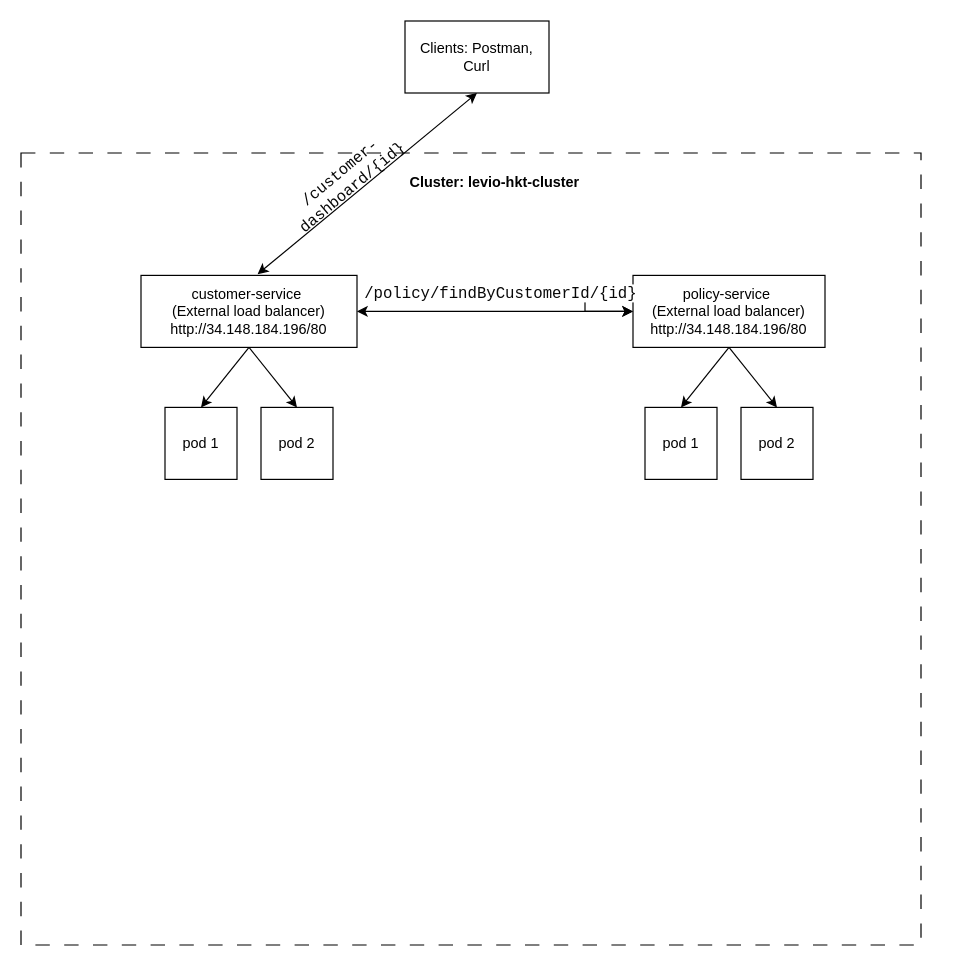
Above: Untitled Diagram.drawio in jermolova/light4jstudy (draw.io), before the change. Source tidied: cells renumbered, new cells numbered last; positions are measured from the earlier drawing's top-left corner, leaving out a move shared by most shapes. Both pictures are drawn from the tidied source at 120%, with x=0, y=0 at pixel (20, 20).
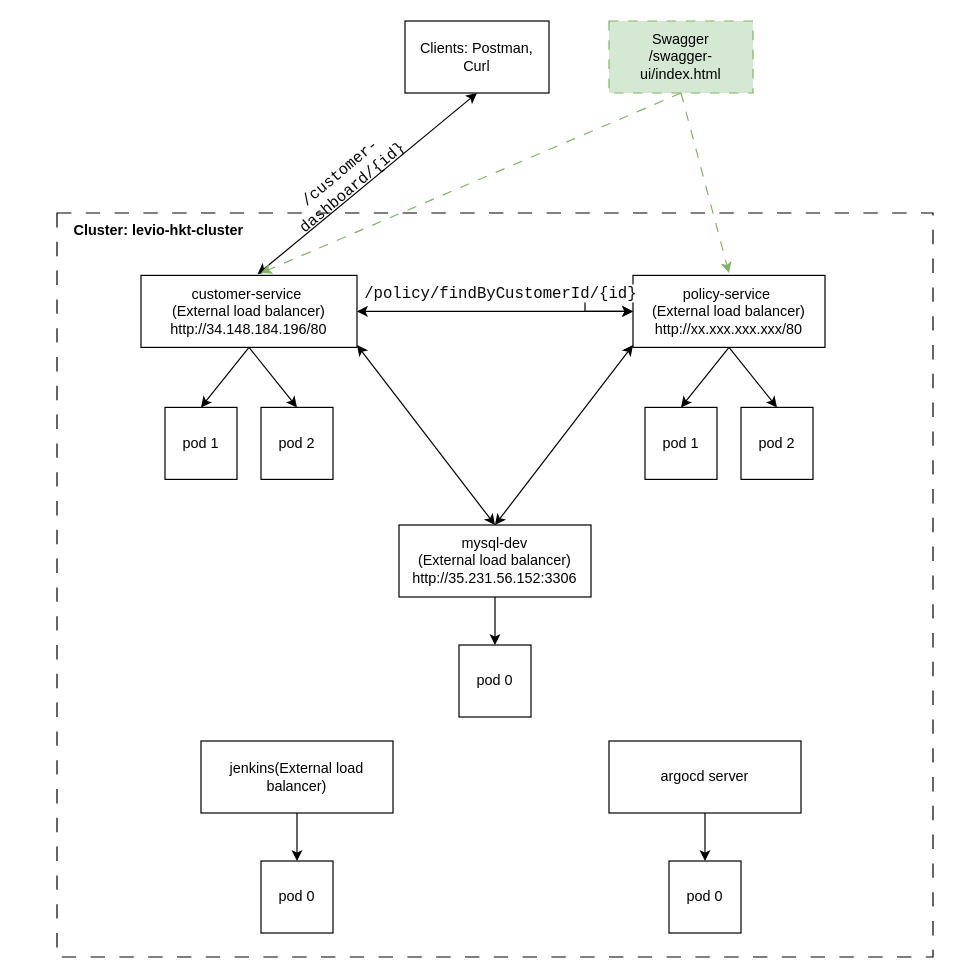
The same page after the edit.

Change to the diagram source:
```diff
@@
-    <mxCell id="5" value="policy-service&amp;nbsp;&lt;br style=&quot;border-color: var(--border-color);&quot;&gt;(External load balancer)&lt;br style=&quot;border-color: var(--border-color);&quot;&gt;http://34.148.184.196/80" style="rounded=0;whiteSpace=wrap;html=1;" parent="1" vertex="1">
+    <mxCell id="5" value="policy-service&amp;nbsp;&lt;br style=&quot;border-color: var(--border-color);&quot;&gt;(External load balancer)&lt;br style=&quot;border-color: var(--border-color);&quot;&gt;http://xx.xxx.xxx.xxx/80" style="rounded=0;whiteSpace=wrap;html=1;" parent="1" vertex="1">
       <mxGeometry x="510" y="212" width="160" height="60" as="geometry" />
     </mxCell>
@@
     <mxCell id="15" value="Cluster:&amp;nbsp;levio-hkt-cluster" style="text;strokeColor=none;align=center;fillColor=none;html=1;verticalAlign=middle;whiteSpace=wrap;rounded=0;fontStyle=1;" parent="1" vertex="1">
-      <mxGeometry x="300" y="120" width="190" height="30" as="geometry" />
+      <mxGeometry x="20" y="160" width="190" height="30" as="geometry" />
     </mxCell>
@@
-    <mxCell id="19" style="verticalLabelPosition=bottom;verticalAlign=top;html=1;shape=mxgraph.basic.rect;fillColor2=none;strokeWidth=1;size=20;indent=5;fillColor=none;dashed=1;dashPattern=12 12;" parent="1" vertex="1">
-      <mxGeometry y="110" width="750" height="660" as="geometry" />
-    </mxCell>
+    <mxCell id="20" value="mysql-dev&lt;br style=&quot;border-color: var(--border-color);&quot;&gt;(External load balancer)&lt;br style=&quot;border-color: var(--border-color);&quot;&gt;http://35.231.56.152:3306" style="rounded=0;whiteSpace=wrap;html=1;" parent="1" vertex="1">
+      <mxGeometry x="315" y="420" width="160" height="60" as="geometry" />
+    </mxCell>
+    <mxCell id="21" value="pod 0" style="rounded=0;whiteSpace=wrap;html=1;" parent="1" vertex="1">
+      <mxGeometry x="365" y="520" width="60" height="60" as="geometry" />
+    </mxCell>
+    <mxCell id="22" style="endArrow=classic;html=1;rounded=0;entryX=0.5;entryY=0;entryDx=0;entryDy=0;" parent="1" edge="1" target="21">
+      <mxGeometry relative="1" as="geometry">
+        <mxPoint x="395" y="480" as="sourcePoint" />
+      </mxGeometry>
+    </mxCell>
+    <mxCell id="23" style="endArrow=classic;startArrow=classic;html=1;rounded=0;exitX=0.5;exitY=0;exitDx=0;exitDy=0;" parent="1" edge="1" source="20">
+      <mxGeometry relative="1" as="geometry">
+        <mxPoint x="280" y="270" as="targetPoint" />
+      </mxGeometry>
+    </mxCell>
+    <mxCell id="24" style="endArrow=classic;startArrow=classic;html=1;rounded=0;exitX=0.5;exitY=0;exitDx=0;exitDy=0;" parent="1" edge="1" source="20">
+      <mxGeometry relative="1" as="geometry">
+        <mxPoint x="510" y="270" as="targetPoint" />
+      </mxGeometry>
+    </mxCell>
+    <mxCell id="25" value="jenkins(External load balancer)&lt;br style=&quot;border-color: var(--border-color);&quot;&gt;" style="rounded=0;whiteSpace=wrap;html=1;" parent="1" vertex="1">
+      <mxGeometry x="150" y="600" width="160" height="60" as="geometry" />
+    </mxCell>
+    <mxCell id="26" value="pod 0" style="rounded=0;whiteSpace=wrap;html=1;" parent="1" vertex="1">
+      <mxGeometry x="200" y="700" width="60" height="60" as="geometry" />
+    </mxCell>
+    <mxCell id="27" style="endArrow=classic;html=1;rounded=0;entryX=0.5;entryY=0;entryDx=0;entryDy=0;" parent="1" edge="1" target="26">
+      <mxGeometry relative="1" as="geometry">
+        <mxPoint x="230" y="660" as="sourcePoint" />
+      </mxGeometry>
+    </mxCell>
+    <mxCell id="28" value="argocd server" style="rounded=0;whiteSpace=wrap;html=1;" parent="1" vertex="1">
+      <mxGeometry x="490" y="600" width="160" height="60" as="geometry" />
+    </mxCell>
+    <mxCell id="29" value="pod 0" style="rounded=0;whiteSpace=wrap;html=1;" parent="1" vertex="1">
+      <mxGeometry x="540" y="700" width="60" height="60" as="geometry" />
+    </mxCell>
+    <mxCell id="30" style="endArrow=classic;html=1;rounded=0;entryX=0.5;entryY=0;entryDx=0;entryDy=0;" parent="1" edge="1" target="29">
+      <mxGeometry relative="1" as="geometry">
+        <mxPoint x="570" y="660" as="sourcePoint" />
+      </mxGeometry>
+    </mxCell>
+    <mxCell id="31" value="Swagger&lt;br&gt;/swagger-ui/index.html" style="rounded=0;whiteSpace=wrap;html=1;fillColor=#d5e8d4;strokeColor=#82b366;dashed=1;dashPattern=8 8;" parent="1" vertex="1">
+      <mxGeometry x="490" width="120" height="60" as="geometry" />
+    </mxCell>
+    <mxCell id="32" style="endArrow=classic;html=1;rounded=0;fillColor=#d5e8d4;strokeColor=#82b366;dashed=1;dashPattern=8 8;" parent="1" edge="1">
+      <mxGeometry relative="1" as="geometry">
+        <mxPoint x="550" y="60" as="sourcePoint" />
+        <mxPoint x="590" y="210" as="targetPoint" />
+      </mxGeometry>
+    </mxCell>
+    <mxCell id="33" style="endArrow=classic;html=1;rounded=0;fillColor=#d5e8d4;strokeColor=#82b366;dashed=1;dashPattern=8 8;" parent="1" edge="1">
+      <mxGeometry relative="1" as="geometry">
+        <mxPoint x="550" y="60" as="sourcePoint" />
+        <mxPoint x="200" y="210" as="targetPoint" />
+      </mxGeometry>
+    </mxCell>
+    <mxCell id="34" style="rounded=0;whiteSpace=wrap;html=1;fillColor=none;dashed=1;dashPattern=12 12;" parent="1" vertex="1">
+      <mxGeometry x="30" y="160" width="730" height="620" as="geometry" />
+    </mxCell>
```
